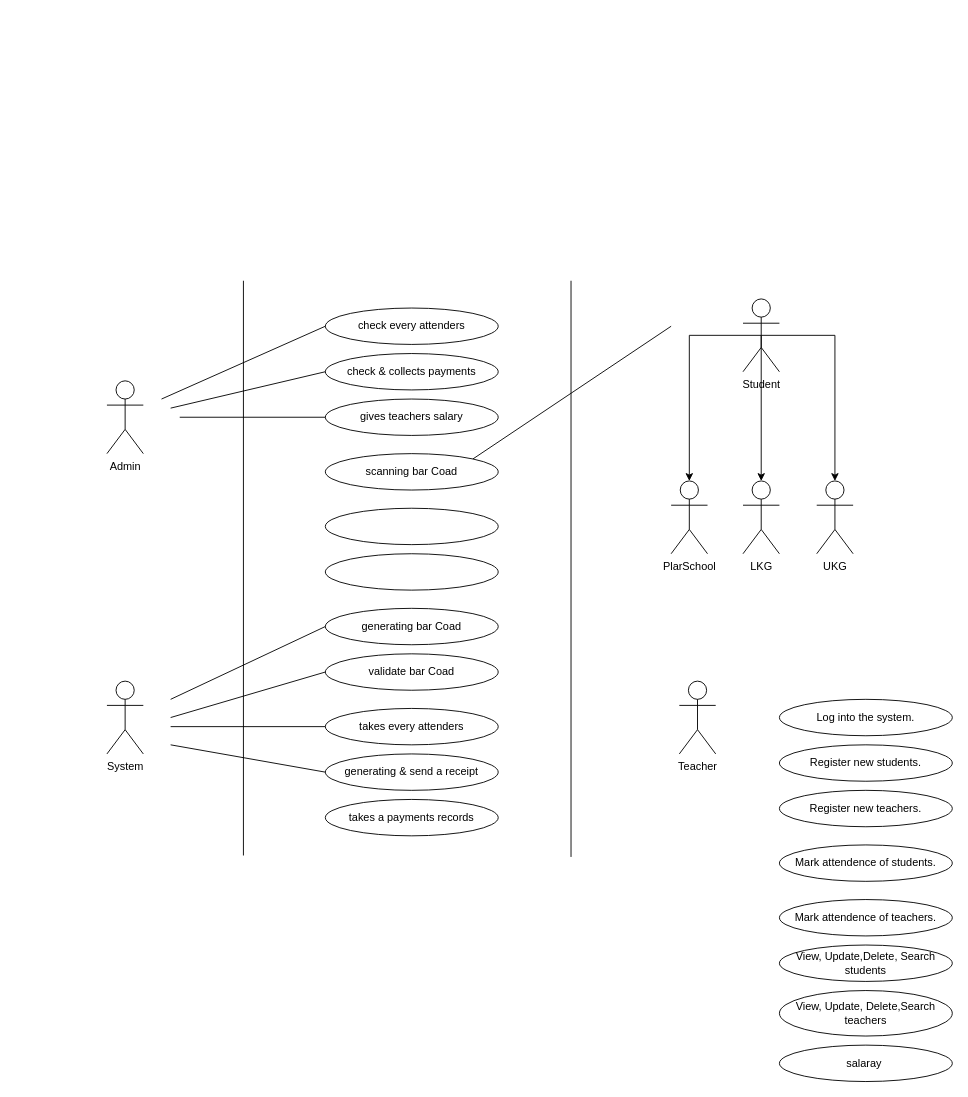
Before: UseCase.drawio in Dulara-Akalanka/Group-Software-Project, a draw.io diagram. Source tidied: cells renumbered, new cells numbered last; positions are measured from the earlier drawing's top-left corner, leaving out a move shared by most shapes. Both pictures are drawn from the tidied source at 91%, with x=0, y=0 at pixel (106, 280).
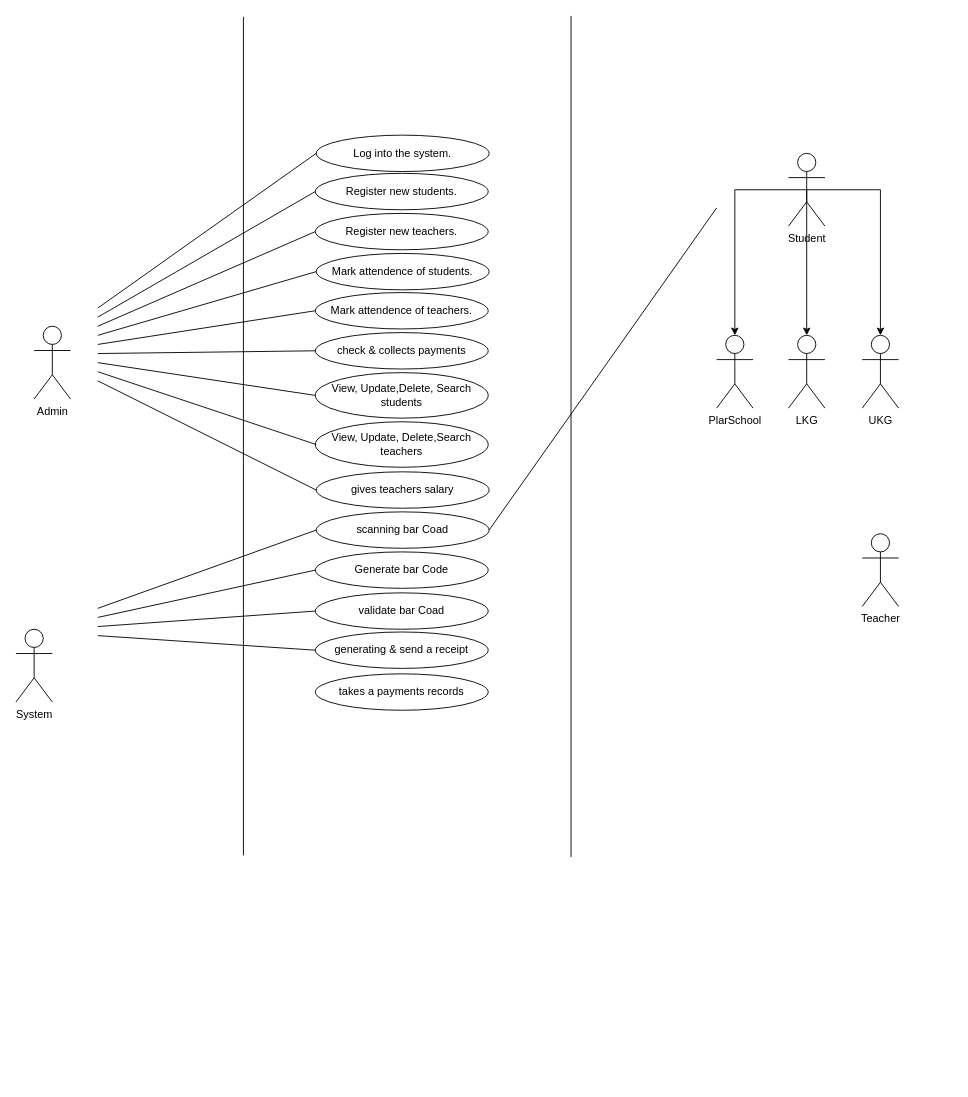
The same diagram, later.

The edit, as a diff of the source:
```diff
@@
     <mxCell id="2" value="Admin" style="shape=umlActor;verticalLabelPosition=bottom;verticalAlign=top;html=1;" parent="1" vertex="1">
-      <mxGeometry y="110" width="40" height="80" as="geometry" />
+      <mxGeometry x="-80" y="50" width="40" height="80" as="geometry" />
     </mxCell>
     <mxCell id="3" value="Teacher" style="shape=umlActor;verticalLabelPosition=bottom;verticalAlign=top;html=1;" parent="1" vertex="1">
-      <mxGeometry x="629" y="440" width="40" height="80" as="geometry" />
+      <mxGeometry x="830" y="278" width="40" height="80" as="geometry" />
     </mxCell>
-    <mxCell id="4" value="check every attenders" style="ellipse;whiteSpace=wrap;html=1;" parent="1" vertex="1">
-      <mxGeometry x="240" y="30" width="190" height="40" as="geometry" />
-    </mxCell>
     <mxCell id="5" value="check &amp;amp; collects payments" style="ellipse;whiteSpace=wrap;html=1;" parent="1" vertex="1">
-      <mxGeometry x="240" y="80" width="190" height="40" as="geometry" />
+      <mxGeometry x="229" y="57" width="190" height="40" as="geometry" />
     </mxCell>
     <mxCell id="6" value="gives teachers salary" style="ellipse;whiteSpace=wrap;html=1;" parent="1" vertex="1">
-      <mxGeometry x="240" y="130" width="190" height="40" as="geometry" />
+      <mxGeometry x="230" y="210" width="190" height="40" as="geometry" />
     </mxCell>
     <mxCell id="7" value="scanning bar Coad" style="ellipse;whiteSpace=wrap;html=1;" parent="1" vertex="1">
-      <mxGeometry x="240" y="190" width="190" height="40" as="geometry" />
+      <mxGeometry x="230" y="254" width="190" height="40" as="geometry" />
     </mxCell>
-    <mxCell id="8" style="ellipse;whiteSpace=wrap;html=1;" parent="1" vertex="1">
-      <mxGeometry x="240" y="250" width="190" height="40" as="geometry" />
-    </mxCell>
-    <mxCell id="9" style="ellipse;whiteSpace=wrap;html=1;" parent="1" vertex="1">
-      <mxGeometry x="240" y="300" width="190" height="40" as="geometry" />
-    </mxCell>
-    <mxCell id="10" value="generating bar Coad" style="ellipse;whiteSpace=wrap;html=1;" parent="1" vertex="1">
-      <mxGeometry x="240" y="360" width="190" height="40" as="geometry" />
+    <mxCell id="10" value="Generate bar Code" style="ellipse;whiteSpace=wrap;html=1;" parent="1" vertex="1">
+      <mxGeometry x="229" y="298" width="190" height="40" as="geometry" />
     </mxCell>
     <mxCell id="11" value="validate bar Coad" style="ellipse;whiteSpace=wrap;html=1;" parent="1" vertex="1">
-      <mxGeometry x="240" y="410" width="190" height="40" as="geometry" />
+      <mxGeometry x="229" y="343" width="190" height="40" as="geometry" />
     </mxCell>
-    <mxCell id="12" value="takes every attenders" style="ellipse;whiteSpace=wrap;html=1;" parent="1" vertex="1">
-      <mxGeometry x="240" y="470" width="190" height="40" as="geometry" />
-    </mxCell>
     <mxCell id="13" value="System" style="shape=umlActor;verticalLabelPosition=bottom;verticalAlign=top;html=1;" parent="1" vertex="1">
-      <mxGeometry y="440" width="40" height="80" as="geometry" />
+      <mxGeometry x="-100" y="383" width="40" height="80" as="geometry" />
     </mxCell>
     <mxCell id="14" value="generating &amp;amp; send a receipt" style="ellipse;whiteSpace=wrap;html=1;" parent="1" vertex="1">
-      <mxGeometry x="240" y="520" width="190" height="40" as="geometry" />
+      <mxGeometry x="229" y="386" width="190" height="40" as="geometry" />
     </mxCell>
     <mxCell id="15" style="endArrow=none;html=1;rounded=0;" parent="1" edge="1">
       <mxGeometry relative="1" as="geometry">
         <mxPoint x="150" y="631.6" as="sourcePoint" />
-        <mxPoint x="150" as="targetPoint" />
+        <mxPoint x="150" y="-290" as="targetPoint" />
       </mxGeometry>
     </mxCell>
     <mxCell id="16" style="endArrow=none;html=1;rounded=0;" parent="1" edge="1">
       <mxGeometry relative="1" as="geometry">
         <mxPoint x="510" y="633.2" as="sourcePoint" />
-        <mxPoint x="510" as="targetPoint" />
+        <mxPoint x="510" y="-291" as="targetPoint" />
       </mxGeometry>
     </mxCell>
     <mxCell id="17" style="endArrow=none;html=1;rounded=0;entryX=0;entryY=0.5;entryDx=0;entryDy=0;" parent="1" edge="1" target="10">
       <mxGeometry relative="1" as="geometry">
-        <mxPoint x="70" y="460" as="sourcePoint" />
+        <mxPoint x="-10" y="370" as="sourcePoint" />
       </mxGeometry>
     </mxCell>
     <mxCell id="18" style="endArrow=none;html=1;rounded=0;entryX=0;entryY=0.5;entryDx=0;entryDy=0;" parent="1" edge="1" target="14">
       <mxGeometry relative="1" as="geometry">
-        <mxPoint x="70" y="510" as="sourcePoint" />
+        <mxPoint x="-10" y="390" as="sourcePoint" />
       </mxGeometry>
     </mxCell>
-    <mxCell id="19" style="endArrow=none;html=1;rounded=0;entryX=0;entryY=0.5;entryDx=0;entryDy=0;" parent="1" edge="1" target="4">
+    <mxCell id="19" style="endArrow=none;html=1;rounded=0;entryX=0;entryY=0.5;entryDx=0;entryDy=0;" parent="1" edge="1" target="35">
       <mxGeometry relative="1" as="geometry">
-        <mxPoint x="60" y="130" as="sourcePoint" />
+        <mxPoint x="-10" y="50" as="sourcePoint" />
       </mxGeometry>
     </mxCell>
-    <mxCell id="20" style="endArrow=none;html=1;rounded=0;entryX=0;entryY=0.5;entryDx=0;entryDy=0;" parent="1" edge="1" target="5">
-      <mxGeometry relative="1" as="geometry">
-        <mxPoint x="70" y="140" as="sourcePoint" />
-      </mxGeometry>
-    </mxCell>
-    <mxCell id="21" style="endArrow=none;html=1;rounded=0;entryX=0;entryY=0.5;entryDx=0;entryDy=0;" parent="1" edge="1" target="6">
-      <mxGeometry relative="1" as="geometry">
-        <mxPoint x="80" y="150" as="sourcePoint" />
-      </mxGeometry>
-    </mxCell>
     <mxCell id="22" style="endArrow=none;html=1;rounded=0;entryX=0;entryY=0.5;entryDx=0;entryDy=0;" parent="1" edge="1" target="11">
       <mxGeometry relative="1" as="geometry">
-        <mxPoint x="70" y="480" as="sourcePoint" />
+        <mxPoint x="-10" y="380" as="sourcePoint" />
       </mxGeometry>
     </mxCell>
-    <mxCell id="23" style="endArrow=none;html=1;rounded=0;entryX=0;entryY=0.5;entryDx=0;entryDy=0;" parent="1" edge="1" target="12">
-      <mxGeometry relative="1" as="geometry">
-        <mxPoint x="70" y="490" as="sourcePoint" />
-      </mxGeometry>
-    </mxCell>
-    <mxCell id="24" style="endArrow=none;html=1;rounded=0;exitX=1;exitY=0;exitDx=0;exitDy=0;" parent="1" edge="1" source="7">
+    <mxCell id="24" style="endArrow=none;html=1;rounded=0;exitX=1;exitY=0.5;exitDx=0;exitDy=0;" parent="1" edge="1" source="7">
       <mxGeometry relative="1" as="geometry">
-        <mxPoint x="620" y="50" as="targetPoint" />
+        <mxPoint x="670" y="-80" as="targetPoint" />
       </mxGeometry>
     </mxCell>
     <mxCell id="25" value="takes a payments records" style="ellipse;whiteSpace=wrap;html=1;" parent="1" vertex="1">
-      <mxGeometry x="240" y="570" width="190" height="40" as="geometry" />
+      <mxGeometry x="229" y="432" width="190" height="40" as="geometry" />
     </mxCell>
@@
     <mxCell id="29" value="Student" style="shape=umlActor;verticalLabelPosition=bottom;verticalAlign=top;html=1;" parent="1" vertex="1">
-      <mxGeometry x="699" y="20" width="40" height="80" as="geometry" />
+      <mxGeometry x="749" y="-140" width="40" height="80" as="geometry" />
     </mxCell>
     <mxCell id="30" value="PlarSchool" style="shape=umlActor;verticalLabelPosition=bottom;verticalAlign=top;html=1;" parent="1" vertex="1">
-      <mxGeometry x="620" y="220" width="40" height="80" as="geometry" />
+      <mxGeometry x="670" y="60" width="40" height="80" as="geometry" />
     </mxCell>
     <mxCell id="31" value="LKG" style="shape=umlActor;verticalLabelPosition=bottom;verticalAlign=top;html=1;" parent="1" vertex="1">
-      <mxGeometry x="699" y="220" width="40" height="80" as="geometry" />
+      <mxGeometry x="749" y="60" width="40" height="80" as="geometry" />
     </mxCell>
     <mxCell id="32" value="UKG" style="shape=umlActor;verticalLabelPosition=bottom;verticalAlign=top;html=1;" parent="1" vertex="1">
-      <mxGeometry x="780" y="220" width="40" height="80" as="geometry" />
+      <mxGeometry x="830" y="60" width="40" height="80" as="geometry" />
     </mxCell>
     <mxCell id="33" value="Log into the system." style="ellipse;whiteSpace=wrap;html=1;" parent="1" vertex="1">
-      <mxGeometry x="739" y="460" width="190" height="40" as="geometry" />
+      <mxGeometry x="230" y="-160" width="190" height="40" as="geometry" />
     </mxCell>
     <mxCell id="34" value="Register new students." style="ellipse;whiteSpace=wrap;html=1;" parent="1" vertex="1">
-      <mxGeometry x="739" y="510" width="190" height="40" as="geometry" />
+      <mxGeometry x="229" y="-118" width="190" height="40" as="geometry" />
     </mxCell>
     <mxCell id="35" value="Register new teachers." style="ellipse;whiteSpace=wrap;html=1;" parent="1" vertex="1">
-      <mxGeometry x="739" y="560" width="190" height="40" as="geometry" />
+      <mxGeometry x="229" y="-74" width="190" height="40" as="geometry" />
     </mxCell>
     <mxCell id="36" value="Mark attendence of students." style="ellipse;whiteSpace=wrap;html=1;" parent="1" vertex="1">
-      <mxGeometry x="739" y="620" width="190" height="40" as="geometry" />
+      <mxGeometry x="230" y="-30" width="190" height="40" as="geometry" />
     </mxCell>
     <mxCell id="37" value="Mark attendence of teachers." style="ellipse;whiteSpace=wrap;html=1;" parent="1" vertex="1">
-      <mxGeometry x="739" y="680" width="190" height="40" as="geometry" />
+      <mxGeometry x="229" y="13" width="190" height="40" as="geometry" />
     </mxCell>
     <mxCell id="38" value="View, Update,Delete, Search students" style="ellipse;whiteSpace=wrap;html=1;" parent="1" vertex="1">
-      <mxGeometry x="739" y="730" width="190" height="40" as="geometry" />
+      <mxGeometry x="229" y="101" width="190" height="50" as="geometry" />
     </mxCell>
     <mxCell id="39" value="View, Update, Delete,Search teachers" style="ellipse;whiteSpace=wrap;html=1;" parent="1" vertex="1">
-      <mxGeometry x="739" y="780" width="190" height="50" as="geometry" />
+      <mxGeometry x="229" y="155" width="190" height="50" as="geometry" />
     </mxCell>
-    <mxCell id="40" value="salaray&amp;nbsp;" style="ellipse;whiteSpace=wrap;html=1;" parent="1" vertex="1">
-      <mxGeometry x="739" y="840" width="190" height="40" as="geometry" />
-    </mxCell>
+    <mxCell id="41" style="endArrow=none;html=1;rounded=0;entryX=0;entryY=0.5;entryDx=0;entryDy=0;" parent="1" edge="1" target="33">
+      <mxGeometry relative="1" as="geometry">
+        <mxPoint x="-10" y="30" as="sourcePoint" />
+      </mxGeometry>
+    </mxCell>
+    <mxCell id="42" style="endArrow=none;html=1;rounded=0;entryX=0;entryY=0.5;entryDx=0;entryDy=0;" parent="1" edge="1" target="34">
+      <mxGeometry relative="1" as="geometry">
+        <mxPoint x="-10" y="40" as="sourcePoint" />
+      </mxGeometry>
+    </mxCell>
+    <mxCell id="43" style="endArrow=none;html=1;rounded=0;entryX=0;entryY=0.5;entryDx=0;entryDy=0;" parent="1" edge="1" target="36">
+      <mxGeometry relative="1" as="geometry">
+        <mxPoint x="-10" y="60" as="sourcePoint" />
+      </mxGeometry>
+    </mxCell>
+    <mxCell id="44" style="endArrow=none;html=1;rounded=0;entryX=0;entryY=0.5;entryDx=0;entryDy=0;" parent="1" edge="1" target="37">
+      <mxGeometry relative="1" as="geometry">
+        <mxPoint x="-10" y="70" as="sourcePoint" />
+      </mxGeometry>
+    </mxCell>
+    <mxCell id="45" style="endArrow=none;html=1;rounded=0;entryX=0;entryY=0.5;entryDx=0;entryDy=0;" parent="1" edge="1" target="5">
+      <mxGeometry relative="1" as="geometry">
+        <mxPoint x="-10" y="80" as="sourcePoint" />
+      </mxGeometry>
+    </mxCell>
+    <mxCell id="46" style="endArrow=none;html=1;rounded=0;entryX=0;entryY=0.5;entryDx=0;entryDy=0;" parent="1" edge="1" target="38">
+      <mxGeometry relative="1" as="geometry">
+        <mxPoint x="-10" y="90" as="sourcePoint" />
+      </mxGeometry>
+    </mxCell>
+    <mxCell id="47" style="endArrow=none;html=1;rounded=0;entryX=0.005;entryY=0.5;entryDx=0;entryDy=0;entryPerimeter=0;" parent="1" edge="1" target="39">
+      <mxGeometry relative="1" as="geometry">
+        <mxPoint x="-10" y="100" as="sourcePoint" />
+      </mxGeometry>
+    </mxCell>
+    <mxCell id="48" style="endArrow=none;html=1;rounded=0;entryX=0;entryY=0.5;entryDx=0;entryDy=0;" parent="1" edge="1" target="6">
+      <mxGeometry relative="1" as="geometry">
+        <mxPoint x="-10" y="110" as="sourcePoint" />
+      </mxGeometry>
+    </mxCell>
+    <mxCell id="49" style="endArrow=none;html=1;rounded=0;entryX=0;entryY=0.5;entryDx=0;entryDy=0;entryPerimeter=0;" parent="1" edge="1" target="7">
+      <mxGeometry relative="1" as="geometry">
+        <mxPoint x="-10" y="360" as="sourcePoint" />
+      </mxGeometry>
+    </mxCell>
```
